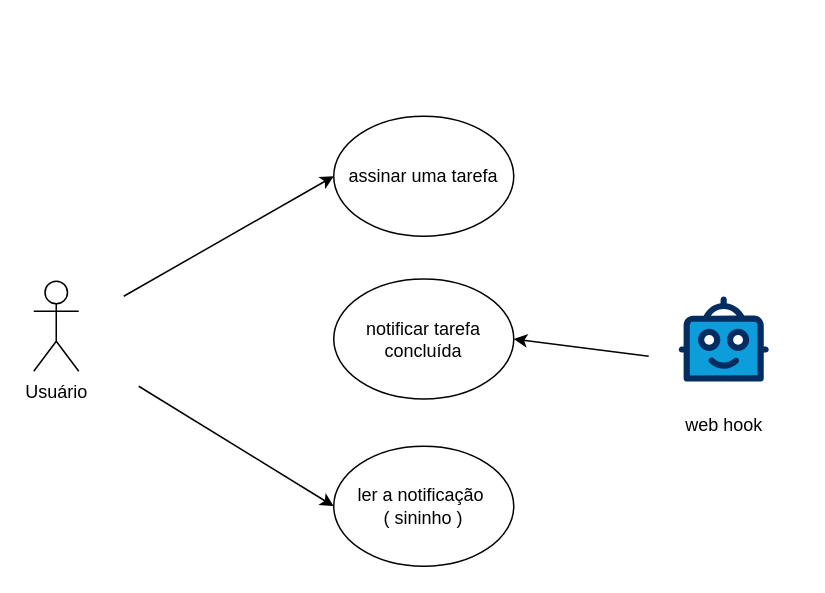
acelera-dev-c4/todo-list-notification-backend keeps this draw.io diagram as page "casos de uso" (2 of 4) of docs/fluxos.drawio. Above is the earlier version. Source tidied: cells renumbered, new cells numbered last; positions are measured from the earlier drawing's top-left corner, leaving out a move shared by most shapes. Both pictures are drawn from the tidied source at 150%, with x=0, y=0 at pixel (33, 116).
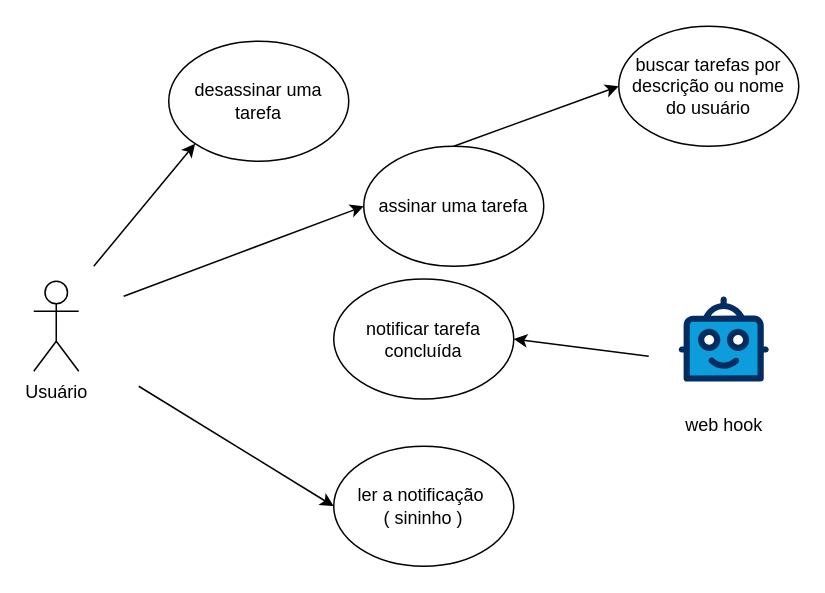
Above is the later version.

What changed in the source:
```diff
@@
 <mxGraphModel>
   <root>
     <mxCell id="0" />
     <mxCell id="1" parent="0" />
     <mxCell id="2" value="Usuário" style="shape=umlActor;verticalLabelPosition=bottom;verticalAlign=top;html=1;" parent="1" vertex="1">
       <mxGeometry y="110" width="30" height="60" as="geometry" />
     </mxCell>
     <mxCell id="3" value="assinar uma tarefa" style="ellipse;whiteSpace=wrap;html=1;" parent="1" vertex="1">
-      <mxGeometry x="200" width="120" height="80" as="geometry" />
+      <mxGeometry x="220" y="20" width="120" height="80" as="geometry" />
     </mxCell>
     <mxCell id="4" style="endArrow=classic;html=1;rounded=0;entryX=0;entryY=0.5;entryDx=0;entryDy=0;" parent="1" edge="1" target="8">
       <mxGeometry relative="1" as="geometry">
         <mxPoint x="70" y="180" as="sourcePoint" />
       </mxGeometry>
     </mxCell>
     <mxCell id="5" value="web hook" style="verticalLabelPosition=bottom;html=1;shape=mxgraph.salesforce.bots;" parent="1" vertex="1">
       <mxGeometry x="430" y="120" width="60" height="57" as="geometry" />
     </mxCell>
     <mxCell id="6" value="notificar tarefa concluída" style="ellipse;whiteSpace=wrap;html=1;" parent="1" vertex="1">
       <mxGeometry x="200" y="108.5" width="120" height="80" as="geometry" />
     </mxCell>
     <mxCell id="7" style="endArrow=classic;html=1;rounded=0;entryX=1;entryY=0.5;entryDx=0;entryDy=0;" parent="1" edge="1" target="6">
       <mxGeometry relative="1" as="geometry">
         <mxPoint x="410" y="160" as="sourcePoint" />
       </mxGeometry>
     </mxCell>
     <mxCell id="8" value="ler a notificação&amp;nbsp;&lt;br&gt;( sininho )" style="ellipse;whiteSpace=wrap;html=1;" parent="1" vertex="1">
       <mxGeometry x="200" y="220" width="120" height="80" as="geometry" />
     </mxCell>
     <mxCell id="9" style="endArrow=classic;html=1;rounded=0;entryX=0;entryY=0.5;entryDx=0;entryDy=0;" parent="1" edge="1" target="3">
       <mxGeometry relative="1" as="geometry">
         <mxPoint x="60" y="120" as="sourcePoint" />
       </mxGeometry>
     </mxCell>
+    <mxCell id="10" value="desassinar uma tarefa" style="ellipse;whiteSpace=wrap;html=1;" parent="1" vertex="1">
+      <mxGeometry x="90" y="-50" width="120" height="80" as="geometry" />
+    </mxCell>
+    <mxCell id="11" style="endArrow=classic;html=1;rounded=0;entryX=0;entryY=1;entryDx=0;entryDy=0;" parent="1" edge="1" target="10">
+      <mxGeometry relative="1" as="geometry">
+        <mxPoint x="40" y="100" as="sourcePoint" />
+      </mxGeometry>
+    </mxCell>
+    <mxCell id="12" value="buscar tarefas por descrição ou nome do usuário" style="ellipse;whiteSpace=wrap;html=1;" parent="1" vertex="1">
+      <mxGeometry x="390" y="-60" width="120" height="80" as="geometry" />
+    </mxCell>
+    <mxCell id="13" style="endArrow=classic;html=1;rounded=0;entryX=0;entryY=0.5;entryDx=0;entryDy=0;exitX=0.5;exitY=0;exitDx=0;exitDy=0;" parent="1" edge="1" source="3" target="12">
+      <mxGeometry relative="1" as="geometry" />
+    </mxCell>
   </root>
 </mxGraphModel>
```
